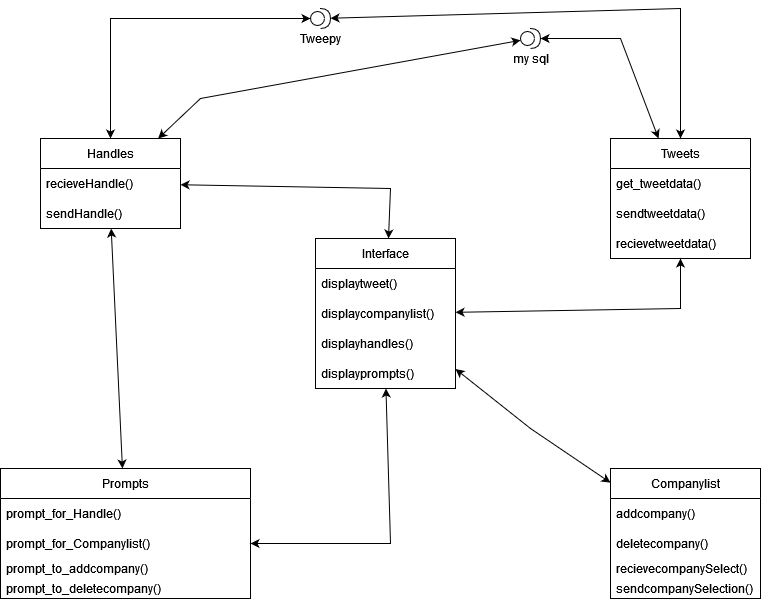
Above: images/Interface diagram.drawio.png in agarcia169/4306-Donaldson-Project (draw.io), before the change. Source tidied: cells renumbered, new cells last; positions are measured from the earlier drawing's top-left corner, leaving out a move shared by most shapes.
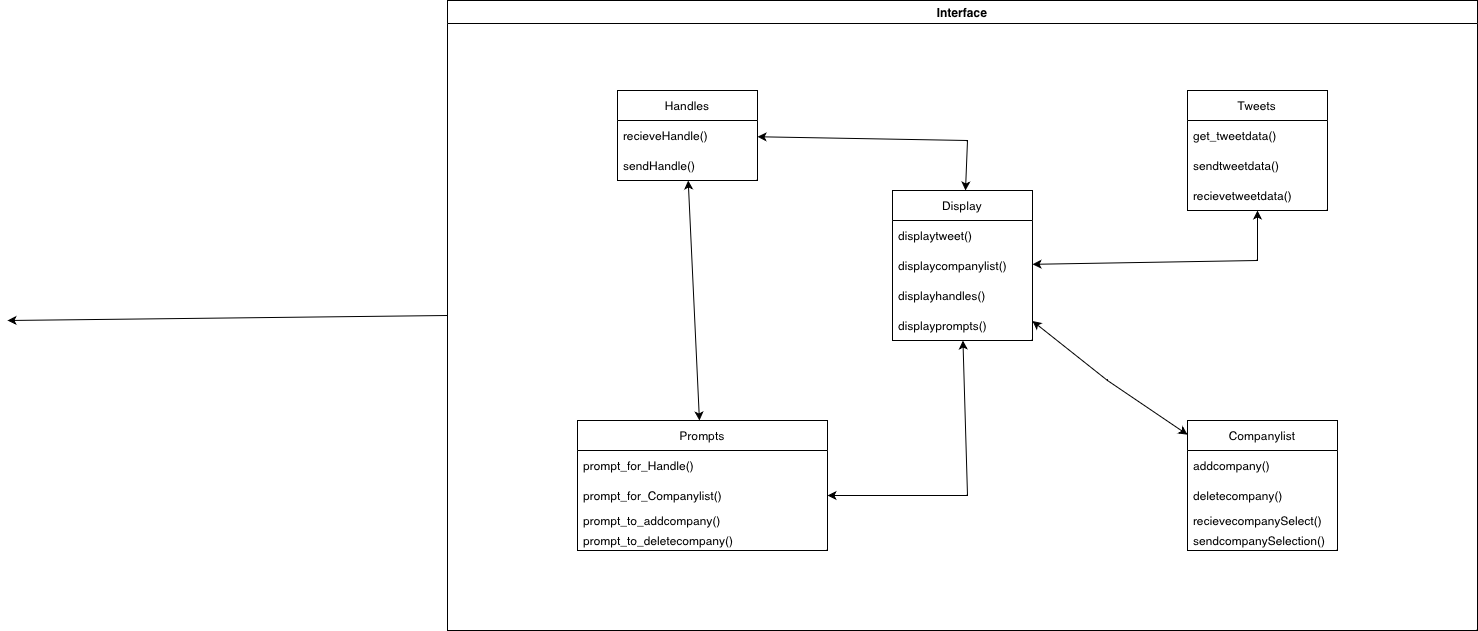
The same file after the commit.

Commit message:
Removed MySQL and tweepy

Change to the diagram source:
```diff
@@ -53,7 +53,7 @@
     <mxCell id="18" value="sendcompanySelection()" style="text;strokeColor=none;fillColor=none;align=left;verticalAlign=middle;spacingLeft=4;spacingRight=4;overflow=hidden;" parent="14" vertex="1">
       <mxGeometry y="110" width="150" height="20" as="geometry" />
     </mxCell>
-    <mxCell id="19" value="Interface" style="swimlane;fontStyle=0;horizontal=1;startSize=30;" parent="1" vertex="1">
+    <mxCell id="19" value="Display" style="swimlane;fontStyle=0;horizontal=1;startSize=30;" parent="1" vertex="1">
       <mxGeometry x="315" y="230" width="140" height="150" as="geometry" />
     </mxCell>
     <mxCell id="20" value="displaytweet()" style="text;strokeColor=none;fillColor=none;align=left;verticalAlign=middle;spacingLeft=4;spacingRight=4;overflow=hidden;" parent="19" vertex="1">
@@ -68,12 +68,6 @@
     <mxCell id="23" value="displayprompts()" style="text;strokeColor=none;fillColor=none;align=left;verticalAlign=middle;spacingLeft=4;spacingRight=4;overflow=hidden;points=[[0,0.5],[1,0.5]];portConstraint=eastwest;" parent="19" vertex="1">
       <mxGeometry y="120" width="140" height="30" as="geometry" />
     </mxCell>
-    <mxCell id="24" value="my sql" style="shape=providedRequiredInterface;html=1;verticalLabelPosition=bottom;sketch=0;" parent="1" vertex="1">
-      <mxGeometry x="520" y="20" width="20" height="20" as="geometry" />
-    </mxCell>
-    <mxCell id="25" value="Tweepy" style="shape=providedRequiredInterface;html=1;verticalLabelPosition=bottom;sketch=0;" parent="1" vertex="1">
-      <mxGeometry x="310" width="20" height="20" as="geometry" />
-    </mxCell>
     <mxCell id="26" style="endArrow=classic;startArrow=classic;html=1;rounded=0;" parent="1" edge="1" source="9" target="4">
       <mxGeometry relative="1" as="geometry" />
     </mxCell>
@@ -91,27 +85,6 @@
         </Array>
       </mxGeometry>
     </mxCell>
-    <mxCell id="29" style="endArrow=classic;startArrow=classic;html=1;rounded=0;" parent="1" edge="1" source="2" target="25">
-      <mxGeometry relative="1" as="geometry">
-        <Array as="points">
-          <mxPoint x="110" y="10" />
-        </Array>
-      </mxGeometry>
-    </mxCell>
-    <mxCell id="30" style="endArrow=classic;startArrow=classic;html=1;rounded=0;" parent="1" edge="1" source="5" target="25">
-      <mxGeometry relative="1" as="geometry">
-        <Array as="points">
-          <mxPoint x="680" />
-        </Array>
-      </mxGeometry>
-    </mxCell>
-    <mxCell id="31" style="endArrow=classic;startArrow=classic;html=1;rounded=0;exitX=0.343;exitY=0;exitDx=0;exitDy=0;exitPerimeter=0;" parent="1" edge="1" source="5" target="24">
-      <mxGeometry relative="1" as="geometry">
-        <Array as="points">
-          <mxPoint x="620" y="30" />
-        </Array>
-      </mxGeometry>
-    </mxCell>
     <mxCell id="32" style="endArrow=classic;startArrow=classic;html=1;rounded=0;" parent="1" edge="1" source="14" target="19">
       <mxGeometry relative="1" as="geometry">
         <Array as="points">
@@ -126,12 +99,13 @@
         </Array>
       </mxGeometry>
     </mxCell>
-    <mxCell id="34" style="endArrow=classic;startArrow=classic;html=1;rounded=0;" parent="1" edge="1" source="2" target="24">
-      <mxGeometry relative="1" as="geometry">
-        <Array as="points">
-          <mxPoint x="200" y="90" />
-        </Array>
-      </mxGeometry>
-    </mxCell>
+    <mxCell id="35" value="Interface" style="swimlane;" parent="1" vertex="1">
+      <mxGeometry x="-130" y="40" width="1030" height="630" as="geometry" />
+    </mxCell>
+    <mxCell id="36" style="endArrow=classic;html=1;rounded=0;exitX=0;exitY=0.5;exitDx=0;exitDy=0;" parent="1" edge="1" source="35">
+      <mxGeometry relative="1" as="geometry">
+        <mxPoint x="-570" y="360" as="targetPoint" />
+      </mxGeometry>
+    </mxCell>
   </root>
 </mxGraphModel>
```
